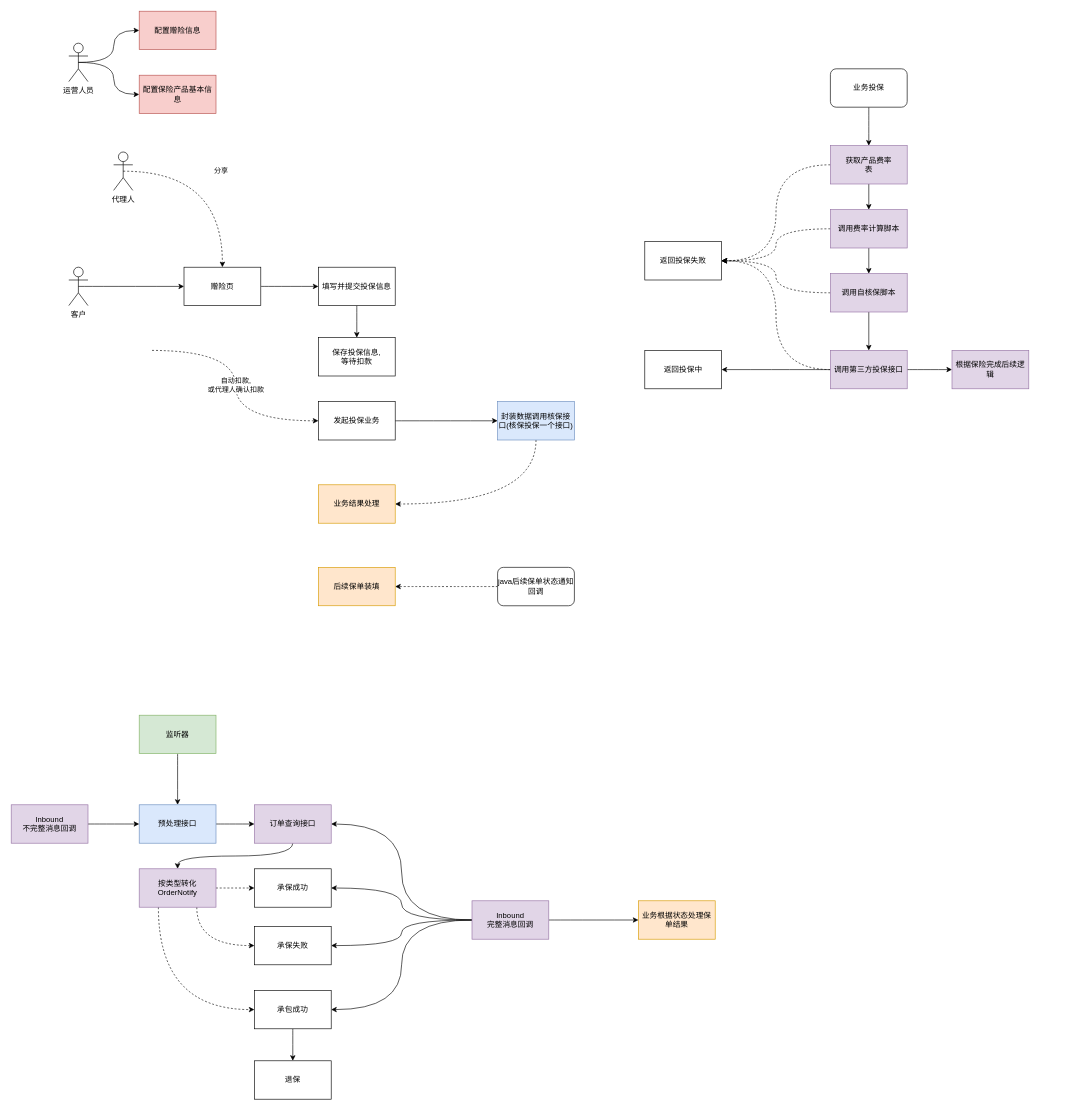
keyeze/StudyPlace keeps this draw.io diagram as StudyDemo/src/一份完整的赠险流程.drawio. Above is the earlier version. Source tidied: cells renumbered, new cells numbered last; positions are measured from the earlier drawing's top-left corner, leaving out a move shared by most shapes. Both pictures are drawn from the tidied source at 64%, with x=0, y=0 at pixel (11, 11).
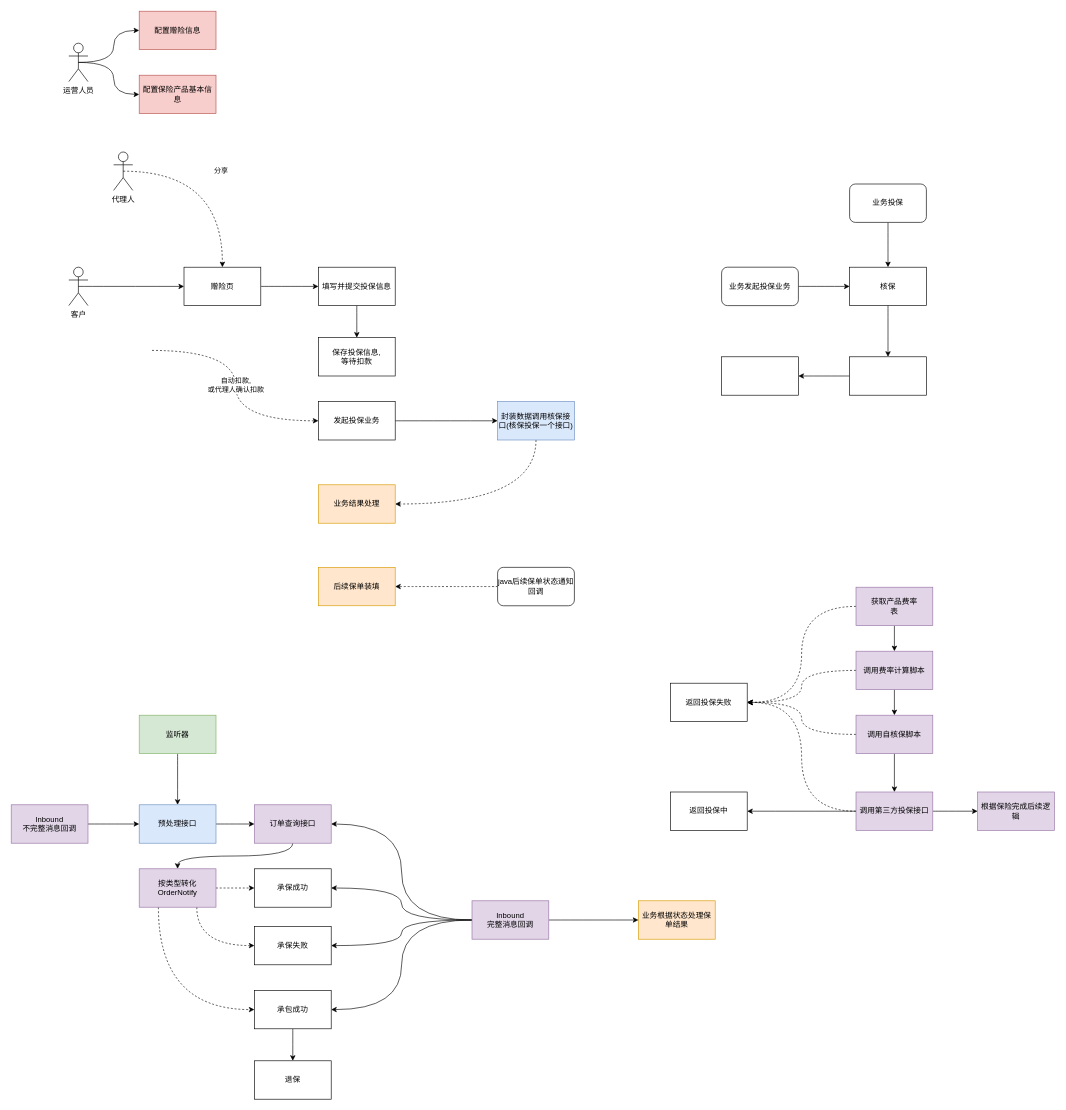
After the change.

Commit message:
更新一份完整的赠险流程.drawio

Change to the diagram source:
```diff
@@
     <mxCell id="47" value="获取产品费率&lt;br&gt;表" style="rounded=0;whiteSpace=wrap;html=1;fillColor=#e1d5e7;strokeColor=#9673a6;" parent="1" vertex="1">
-      <mxGeometry x="1280" y="210" width="120" height="60" as="geometry" />
+      <mxGeometry x="1320" y="900" width="120" height="60" as="geometry" />
     </mxCell>
@@
     <mxCell id="50" value="调用费率计算脚本" style="rounded=0;whiteSpace=wrap;html=1;fillColor=#e1d5e7;strokeColor=#9673a6;" parent="1" vertex="1">
-      <mxGeometry x="1280" y="310" width="120" height="60" as="geometry" />
+      <mxGeometry x="1320" y="1000" width="120" height="60" as="geometry" />
     </mxCell>
@@
     <mxCell id="53" value="调用自核保脚本" style="rounded=0;whiteSpace=wrap;html=1;fillColor=#e1d5e7;strokeColor=#9673a6;" parent="1" vertex="1">
-      <mxGeometry x="1280" y="410" width="120" height="60" as="geometry" />
+      <mxGeometry x="1320" y="1100" width="120" height="60" as="geometry" />
     </mxCell>
@@
     <mxCell id="57" value="调用第三方投保接口" style="rounded=0;whiteSpace=wrap;html=1;fillColor=#e1d5e7;strokeColor=#9673a6;" parent="1" vertex="1">
-      <mxGeometry x="1280" y="530" width="120" height="60" as="geometry" />
+      <mxGeometry x="1320" y="1220" width="120" height="60" as="geometry" />
     </mxCell>
     <mxCell id="58" value="返回投保中" style="rounded=0;whiteSpace=wrap;html=1;" parent="1" vertex="1">
-      <mxGeometry x="990" y="530" width="120" height="60" as="geometry" />
+      <mxGeometry x="1030" y="1220" width="120" height="60" as="geometry" />
     </mxCell>
     <mxCell id="59" value="返回投保失败" style="rounded=0;whiteSpace=wrap;html=1;" parent="1" vertex="1">
-      <mxGeometry x="990" y="360" width="120" height="60" as="geometry" />
+      <mxGeometry x="1030" y="1050" width="120" height="60" as="geometry" />
     </mxCell>
-    <mxCell id="60" style="edgeStyle=orthogonalEdgeStyle;curved=1;jettySize=auto;html=1;exitX=0.5;exitY=1;exitDx=0;exitDy=0;entryX=0.5;entryY=0;entryDx=0;entryDy=0;strokeColor=#000000;" parent="1" edge="1" source="61" target="47">
+    <mxCell id="60" style="edgeStyle=orthogonalEdgeStyle;curved=1;jettySize=auto;html=1;exitX=0.5;exitY=1;exitDx=0;exitDy=0;entryX=0.5;entryY=0;entryDx=0;entryDy=0;strokeColor=#000000;" parent="1" edge="1" source="61" target="68">
       <mxGeometry relative="1" as="geometry" />
     </mxCell>
     <mxCell id="61" value="业务投保" style="rounded=1;whiteSpace=wrap;html=1;" parent="1" vertex="1">
-      <mxGeometry x="1280" y="90" width="120" height="60" as="geometry" />
+      <mxGeometry x="1310" y="270" width="120" height="60" as="geometry" />
     </mxCell>
@@
     <mxCell id="63" value="根据保险完成后续逻辑" style="rounded=0;whiteSpace=wrap;html=1;fillColor=#e1d5e7;strokeColor=#9673a6;" parent="1" vertex="1">
-      <mxGeometry x="1470" y="530" width="120" height="60" as="geometry" />
+      <mxGeometry x="1510" y="1220" width="120" height="60" as="geometry" />
     </mxCell>
@@
+    <mxCell id="67" style="edgeStyle=orthogonalEdgeStyle;curved=1;jettySize=auto;html=1;exitX=0;exitY=0.5;exitDx=0;exitDy=0;entryX=1;entryY=0.5;entryDx=0;entryDy=0;" parent="1" edge="1" source="72" target="69">
+      <mxGeometry relative="1" as="geometry" />
+    </mxCell>
+    <mxCell id="68" value="核保" style="rounded=0;whiteSpace=wrap;html=1;" parent="1" vertex="1">
+      <mxGeometry x="1310" y="400" width="120" height="60" as="geometry" />
+    </mxCell>
+    <mxCell id="69" style="rounded=0;whiteSpace=wrap;html=1;" parent="1" vertex="1">
+      <mxGeometry x="1110" y="540" width="120" height="60" as="geometry" />
+    </mxCell>
+    <mxCell id="70" style="edgeStyle=orthogonalEdgeStyle;jettySize=auto;html=1;exitX=1;exitY=0.5;exitDx=0;exitDy=0;curved=1;" parent="1" edge="1" source="71" target="68">
+      <mxGeometry relative="1" as="geometry" />
+    </mxCell>
+    <mxCell id="71" value="业务发起投保业务" style="rounded=1;whiteSpace=wrap;html=1;" parent="1" vertex="1">
+      <mxGeometry x="1110" y="400" width="120" height="60" as="geometry" />
+    </mxCell>
+    <mxCell id="72" style="rounded=0;whiteSpace=wrap;html=1;" parent="1" vertex="1">
+      <mxGeometry x="1310" y="540" width="120" height="60" as="geometry" />
+    </mxCell>
+    <mxCell id="73" style="edgeStyle=orthogonalEdgeStyle;curved=1;jettySize=auto;html=1;exitX=0.5;exitY=1;exitDx=0;exitDy=0;entryX=0.5;entryY=0;entryDx=0;entryDy=0;" parent="1" edge="1" source="68" target="72">
+      <mxGeometry relative="1" as="geometry" />
+    </mxCell>
```
